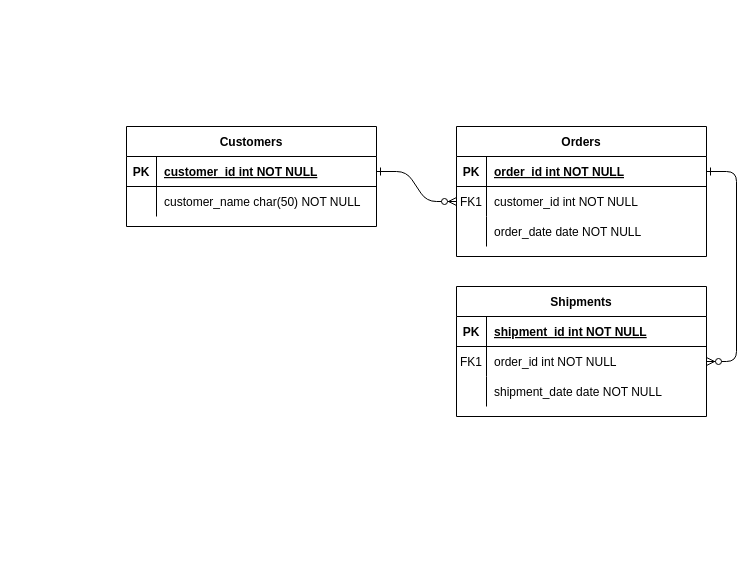
Above: Untitled Diagram.drawio in wr47hcnf/HealthBite (draw.io), before the change. Source tidied: cells renumbered, new cells numbered last; positions are measured from the earlier drawing's top-left corner, leaving out a move shared by most shapes. Both pictures are drawn from the tidied source at 100%, with x=0, y=0 at pixel (126, 126).
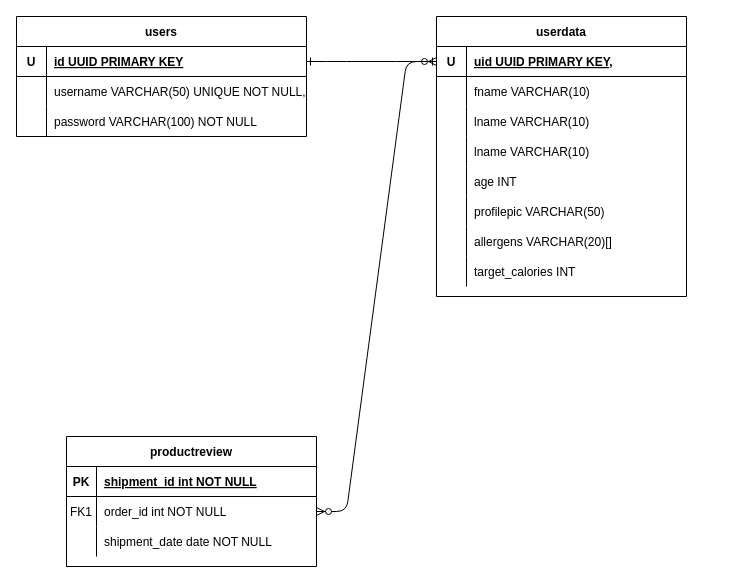
The same diagram, later.

The change refers to these unchanged cells:
```xml
<mxCell id="5" style="shape=partialRectangle;fillColor=none;points=[[0,0.5],[1,0.5]];portConstraint=eastwest;top=0;left=0;right=0;bottom=1;" parent="4" vertex="1">
  <mxGeometry y="30" width="250" height="30" as="geometry" />
</mxCell>
<mxCell id="8" style="shape=partialRectangle;fillColor=none;points=[[0,0.5],[1,0.5]];portConstraint=eastwest;top=0;left=0;right=0;bottom=0;" parent="4" vertex="1">
  <mxGeometry y="60" width="250" height="30" as="geometry" />
</mxCell>
<mxCell id="11" style="shape=partialRectangle;fillColor=none;top=0;left=0;right=0;bottom=0;" parent="4" vertex="1">
  <mxGeometry y="90" width="250" height="30" as="geometry" />
</mxCell>
```

Diff of the diagram source:
```diff
@@
-    <mxCell id="2" style="edgeStyle=entityRelationEdgeStyle;endArrow=ERzeroToMany;startArrow=ERone;endFill=1;startFill=0;" parent="1" edge="1" source="25" target="8">
+    <mxCell id="2" style="edgeStyle=entityRelationEdgeStyle;endArrow=ERzeroToMany;startArrow=ERone;endFill=1;startFill=0;entryX=0;entryY=0.5;entryDx=0;entryDy=0;" parent="1" edge="1" source="25" target="5">
       <mxGeometry relative="1" as="geometry" />
     </mxCell>
@@
-    <mxCell id="4" value="Orders" style="shape=table;startSize=30;childLayout=tableLayout;rowLines=0;fontStyle=1;align=center;" parent="1" vertex="1">
-      <mxGeometry x="330" width="250" height="130" as="geometry" />
+    <mxCell id="4" value="userdata" style="shape=table;startSize=30;childLayout=tableLayout;rowLines=0;fontStyle=1;align=center;" parent="1" vertex="1">
+      <mxGeometry x="310" y="-110" width="250" height="280" as="geometry" />
     </mxCell>
@@
-    <mxCell id="6" value="PK" style="shape=partialRectangle;overflow=hidden;fillColor=none;top=0;left=0;bottom=0;right=0;fontStyle=1;" parent="5" vertex="1">
+    <mxCell id="6" value="U" style="shape=partialRectangle;overflow=hidden;fillColor=none;top=0;left=0;bottom=0;right=0;fontStyle=1;" parent="5" vertex="1">
       <mxGeometry width="30" height="30" as="geometry" />
     </mxCell>
-    <mxCell id="7" value="order_id int NOT NULL " style="shape=partialRectangle;overflow=hidden;fillColor=none;top=0;left=0;bottom=0;right=0;align=left;spacingLeft=6;fontStyle=5;" parent="5" vertex="1">
+    <mxCell id="7" value="uid UUID PRIMARY KEY," style="shape=partialRectangle;overflow=hidden;fillColor=none;top=0;left=0;bottom=0;right=0;align=left;spacingLeft=6;fontStyle=5;" parent="5" vertex="1">
       <mxGeometry x="30" width="220" height="30" as="geometry" />
     </mxCell>
@@
-    <mxCell id="9" value="FK1" style="shape=partialRectangle;overflow=hidden;fillColor=none;top=0;left=0;bottom=0;right=0;" parent="8" vertex="1">
+    <mxCell id="9" style="shape=partialRectangle;overflow=hidden;fillColor=none;top=0;left=0;bottom=0;right=0;" parent="8" vertex="1">
       <mxGeometry width="30" height="30" as="geometry" />
     </mxCell>
-    <mxCell id="10" value="customer_id int NOT NULL" style="shape=partialRectangle;overflow=hidden;fillColor=none;top=0;left=0;bottom=0;right=0;align=left;spacingLeft=6;" parent="8" vertex="1">
+    <mxCell id="10" value="fname VARCHAR(10)" style="shape=partialRectangle;overflow=hidden;fillColor=none;top=0;left=0;bottom=0;right=0;align=left;spacingLeft=6;" parent="8" vertex="1">
       <mxGeometry x="30" width="220" height="30" as="geometry" />
     </mxCell>
@@
-    <mxCell id="13" value="order_date date NOT NULL" style="shape=partialRectangle;overflow=hidden;fillColor=none;top=0;left=0;bottom=0;right=0;align=left;spacingLeft=6;" parent="11" vertex="1">
+    <mxCell id="13" value="lname VARCHAR(10)" style="shape=partialRectangle;overflow=hidden;fillColor=none;top=0;left=0;bottom=0;right=0;align=left;spacingLeft=6;" parent="11" vertex="1">
       <mxGeometry x="30" width="220" height="30" as="geometry" />
     </mxCell>
+    <mxCell id="31" style="shape=partialRectangle;fillColor=none;top=0;left=0;right=0;bottom=0;" parent="4" vertex="1">
+      <mxGeometry y="120" width="250" height="30" as="geometry" />
+    </mxCell>
+    <mxCell id="32" style="shape=partialRectangle;overflow=hidden;fillColor=none;top=0;left=0;bottom=0;right=0;" parent="31" vertex="1">
+      <mxGeometry width="30" height="30" as="geometry" />
+    </mxCell>
+    <mxCell id="33" value="lname VARCHAR(10)" style="shape=partialRectangle;overflow=hidden;fillColor=none;top=0;left=0;bottom=0;right=0;align=left;spacingLeft=6;" parent="31" vertex="1">
+      <mxGeometry x="30" width="220" height="30" as="geometry" />
+    </mxCell>
+    <mxCell id="34" style="shape=partialRectangle;fillColor=none;top=0;left=0;right=0;bottom=0;" parent="4" vertex="1">
+      <mxGeometry y="150" width="250" height="30" as="geometry" />
+    </mxCell>
+    <mxCell id="35" style="shape=partialRectangle;overflow=hidden;fillColor=none;top=0;left=0;bottom=0;right=0;" parent="34" vertex="1">
+      <mxGeometry width="30" height="30" as="geometry" />
+    </mxCell>
+    <mxCell id="36" value="age INT" style="shape=partialRectangle;overflow=hidden;fillColor=none;top=0;left=0;bottom=0;right=0;align=left;spacingLeft=6;" parent="34" vertex="1">
+      <mxGeometry x="30" width="220" height="30" as="geometry" />
+    </mxCell>
+    <mxCell id="37" style="shape=partialRectangle;fillColor=none;top=0;left=0;right=0;bottom=0;" parent="4" vertex="1">
+      <mxGeometry y="180" width="250" height="30" as="geometry" />
+    </mxCell>
+    <mxCell id="38" style="shape=partialRectangle;overflow=hidden;fillColor=none;top=0;left=0;bottom=0;right=0;" parent="37" vertex="1">
+      <mxGeometry width="30" height="30" as="geometry" />
+    </mxCell>
+    <mxCell id="39" value="profilepic VARCHAR(50)" style="shape=partialRectangle;overflow=hidden;fillColor=none;top=0;left=0;bottom=0;right=0;align=left;spacingLeft=6;" parent="37" vertex="1">
+      <mxGeometry x="30" width="220" height="30" as="geometry" />
+    </mxCell>
+    <mxCell id="40" style="shape=partialRectangle;fillColor=none;top=0;left=0;right=0;bottom=0;" parent="4" vertex="1">
+      <mxGeometry y="210" width="250" height="30" as="geometry" />
+    </mxCell>
+    <mxCell id="41" style="shape=partialRectangle;overflow=hidden;fillColor=none;top=0;left=0;bottom=0;right=0;" parent="40" vertex="1">
+      <mxGeometry width="30" height="30" as="geometry" />
+    </mxCell>
+    <mxCell id="42" value="allergens VARCHAR(20)[]" style="shape=partialRectangle;overflow=hidden;fillColor=none;top=0;left=0;bottom=0;right=0;align=left;spacingLeft=6;" parent="40" vertex="1">
+      <mxGeometry x="30" width="220" height="30" as="geometry" />
+    </mxCell>
+    <mxCell id="43" style="shape=partialRectangle;fillColor=none;top=0;left=0;right=0;bottom=0;" parent="4" vertex="1">
+      <mxGeometry y="240" width="250" height="30" as="geometry" />
+    </mxCell>
+    <mxCell id="44" style="shape=partialRectangle;overflow=hidden;fillColor=none;top=0;left=0;bottom=0;right=0;" parent="43" vertex="1">
+      <mxGeometry width="30" height="30" as="geometry" />
+    </mxCell>
+    <mxCell id="45" value="target_calories INT" style="shape=partialRectangle;overflow=hidden;fillColor=none;top=0;left=0;bottom=0;right=0;align=left;spacingLeft=6;" parent="43" vertex="1">
+      <mxGeometry x="30" width="220" height="30" as="geometry" />
+    </mxCell>
-    <mxCell id="14" value="Shipments" style="shape=table;startSize=30;childLayout=tableLayout;rowLines=0;fontStyle=1;align=center;" parent="1" vertex="1">
-      <mxGeometry x="330" y="160" width="250" height="130" as="geometry" />
+    <mxCell id="14" value="productreview" style="shape=table;startSize=30;childLayout=tableLayout;rowLines=0;fontStyle=1;align=center;" parent="1" vertex="1">
+      <mxGeometry x="-60" y="310" width="250" height="130" as="geometry" />
     </mxCell>
@@
-    <mxCell id="24" value="Customers" style="shape=table;startSize=30;childLayout=tableLayout;rowLines=0;fontStyle=1;align=center;" parent="1" vertex="1">
-      <mxGeometry width="250" height="100" as="geometry" />
+    <mxCell id="24" value="users" style="shape=table;startSize=30;childLayout=tableLayout;rowLines=0;fontStyle=1;align=center;" parent="1" vertex="1">
+      <mxGeometry x="-110" y="-110" width="290" height="120" as="geometry" />
     </mxCell>
     <mxCell id="25" style="shape=partialRectangle;fillColor=none;points=[[0,0.5],[1,0.5]];portConstraint=eastwest;top=0;left=0;right=0;bottom=1;" parent="24" vertex="1">
-      <mxGeometry y="30" width="250" height="30" as="geometry" />
+      <mxGeometry y="30" width="290" height="30" as="geometry" />
     </mxCell>
-    <mxCell id="26" value="PK" style="shape=partialRectangle;overflow=hidden;fillColor=none;top=0;left=0;bottom=0;right=0;fontStyle=1;" parent="25" vertex="1">
+    <mxCell id="26" value="U" style="shape=partialRectangle;overflow=hidden;fillColor=none;top=0;left=0;bottom=0;right=0;fontStyle=1;" parent="25" vertex="1">
       <mxGeometry width="30" height="30" as="geometry" />
     </mxCell>
-    <mxCell id="27" value="customer_id int NOT NULL " style="shape=partialRectangle;overflow=hidden;fillColor=none;top=0;left=0;bottom=0;right=0;align=left;spacingLeft=6;fontStyle=5;" parent="25" vertex="1">
-      <mxGeometry x="30" width="220" height="30" as="geometry" />
+    <mxCell id="27" value="id UUID PRIMARY KEY" style="shape=partialRectangle;overflow=hidden;fillColor=none;top=0;left=0;bottom=0;right=0;align=left;spacingLeft=6;fontStyle=5;" parent="25" vertex="1">
+      <mxGeometry x="30" width="260" height="30" as="geometry" />
     </mxCell>
     <mxCell id="28" style="shape=partialRectangle;fillColor=none;top=0;left=0;right=0;bottom=0;" parent="24" vertex="1">
-      <mxGeometry y="60" width="250" height="30" as="geometry" />
+      <mxGeometry y="60" width="290" height="30" as="geometry" />
     </mxCell>
@@
-    <mxCell id="30" value="customer_name char(50) NOT NULL" style="shape=partialRectangle;overflow=hidden;fillColor=none;top=0;left=0;bottom=0;right=0;align=left;spacingLeft=6;" parent="28" vertex="1">
-      <mxGeometry x="30" width="220" height="30" as="geometry" />
+    <mxCell id="30" value="username VARCHAR(50) UNIQUE NOT NULL," style="shape=partialRectangle;overflow=hidden;fillColor=none;top=0;left=0;bottom=0;right=0;align=left;spacingLeft=6;" parent="28" vertex="1">
+      <mxGeometry x="30" width="260" height="30" as="geometry" />
     </mxCell>
+    <mxCell id="46" style="shape=partialRectangle;fillColor=none;top=0;left=0;right=0;bottom=0;" parent="24" vertex="1">
+      <mxGeometry y="90" width="290" height="30" as="geometry" />
+    </mxCell>
+    <mxCell id="47" style="shape=partialRectangle;overflow=hidden;fillColor=none;top=0;left=0;bottom=0;right=0;" parent="46" vertex="1">
+      <mxGeometry width="30" height="30" as="geometry" />
+    </mxCell>
+    <mxCell id="48" value="password VARCHAR(100) NOT NULL" style="shape=partialRectangle;overflow=hidden;fillColor=none;top=0;left=0;bottom=0;right=0;align=left;spacingLeft=6;" parent="46" vertex="1">
+      <mxGeometry x="30" width="260" height="30" as="geometry" />
+    </mxCell>
```
